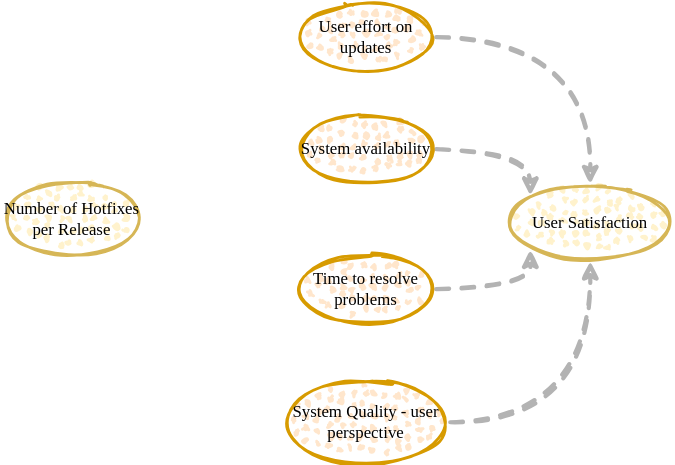
The draw.io diagram src/slides/drawings/cld.exercise.2.drawio.svg in thomykay/devspace-systemsthinking, before a commit. Source tidied: cells renumbered, new cells last; positions are measured from the earlier drawing's top-left corner, leaving out a move shared by most shapes. Its diagram source:
```xml
<mxGraphModel>
  <root>
    <mxCell id="0" />
    <mxCell id="1" parent="0" />
    <mxCell id="2" value="&lt;font color=&quot;#000000&quot;&gt;Number of Hotfixes per Release&lt;/font&gt;" style="ellipse;whiteSpace=wrap;html=1;strokeWidth=2;fillWeight=2;hachureGap=8;fillStyle=dots;sketch=1;fontFamily=Comic Sans MS;fillColor=#fff2cc;strokeColor=#d6b656;" parent="1" vertex="1">
      <mxGeometry y="130" width="100" height="50" as="geometry" />
    </mxCell>
    <mxCell id="3" value="&lt;font color=&quot;#000000&quot;&gt;User Satisfaction&lt;/font&gt;" style="ellipse;whiteSpace=wrap;html=1;strokeWidth=2;fillWeight=2;hachureGap=8;fillStyle=dots;sketch=1;fontFamily=Comic Sans MS;fillColor=#fff2cc;strokeColor=#d6b656;" parent="1" vertex="1">
      <mxGeometry x="360" y="130" width="120" height="55" as="geometry" />
    </mxCell>
    <mxCell id="4" style="edgeStyle=orthogonalEdgeStyle;rounded=0;jettySize=auto;html=1;entryX=0.5;entryY=0;entryDx=0;entryDy=0;strokeColor=#B3B3B3;curved=1;strokeWidth=3;sketch=1;dashed=1;" parent="1" edge="1" source="5" target="3">
      <mxGeometry relative="1" as="geometry" />
    </mxCell>
    <mxCell id="5" value="&lt;font color=&quot;#000000&quot;&gt;User effort on updates&lt;/font&gt;" style="ellipse;whiteSpace=wrap;html=1;strokeWidth=2;fillWeight=2;hachureGap=8;fillStyle=dots;sketch=1;fontFamily=Comic Sans MS;fillColor=#ffe6cc;strokeColor=#d79b00;" parent="1" vertex="1">
      <mxGeometry x="210" width="100" height="50" as="geometry" />
    </mxCell>
    <mxCell id="6" style="edgeStyle=orthogonalEdgeStyle;curved=1;rounded=0;sketch=1;jettySize=auto;html=1;entryX=0;entryY=0;entryDx=0;entryDy=0;dashed=1;strokeColor=#B3B3B3;strokeWidth=3;" parent="1" edge="1" source="7" target="3">
      <mxGeometry relative="1" as="geometry">
        <Array as="points">
          <mxPoint x="377" y="105" />
        </Array>
      </mxGeometry>
    </mxCell>
    <mxCell id="7" value="&lt;font color=&quot;#000000&quot;&gt;System availability&lt;/font&gt;" style="ellipse;whiteSpace=wrap;html=1;strokeWidth=2;fillWeight=2;hachureGap=8;fillStyle=dots;sketch=1;fontFamily=Comic Sans MS;fillColor=#ffe6cc;strokeColor=#d79b00;" parent="1" vertex="1">
      <mxGeometry x="210" y="80" width="100" height="50" as="geometry" />
    </mxCell>
    <mxCell id="8" style="edgeStyle=orthogonalEdgeStyle;curved=1;rounded=0;sketch=1;jettySize=auto;html=1;entryX=0;entryY=1;entryDx=0;entryDy=0;dashed=1;strokeColor=#B3B3B3;strokeWidth=3;" parent="1" edge="1" source="9" target="3">
      <mxGeometry relative="1" as="geometry">
        <Array as="points">
          <mxPoint x="377" y="205" />
        </Array>
      </mxGeometry>
    </mxCell>
    <mxCell id="9" value="&lt;font color=&quot;#000000&quot;&gt;Time to resolve problems&lt;/font&gt;" style="ellipse;whiteSpace=wrap;html=1;strokeWidth=2;fillWeight=2;hachureGap=8;fillStyle=dots;sketch=1;fontFamily=Comic Sans MS;fillColor=#ffe6cc;strokeColor=#d79b00;" parent="1" vertex="1">
      <mxGeometry x="210" y="180" width="100" height="50" as="geometry" />
    </mxCell>
    <mxCell id="10" style="edgeStyle=orthogonalEdgeStyle;curved=1;rounded=0;sketch=1;jettySize=auto;html=1;entryX=0.5;entryY=1;entryDx=0;entryDy=0;dashed=1;strokeColor=#B3B3B3;strokeWidth=3;" parent="1" edge="1" source="11" target="3">
      <mxGeometry relative="1" as="geometry" />
    </mxCell>
    <mxCell id="11" value="&lt;font color=&quot;#000000&quot;&gt;System Quality - user perspective&lt;/font&gt;" style="ellipse;whiteSpace=wrap;html=1;strokeWidth=2;fillWeight=2;hachureGap=8;fillStyle=dots;sketch=1;fontFamily=Comic Sans MS;fillColor=#ffe6cc;strokeColor=#d79b00;" parent="1" vertex="1">
      <mxGeometry x="200" y="270" width="120" height="60" as="geometry" />
    </mxCell>
  </root>
</mxGraphModel>
```
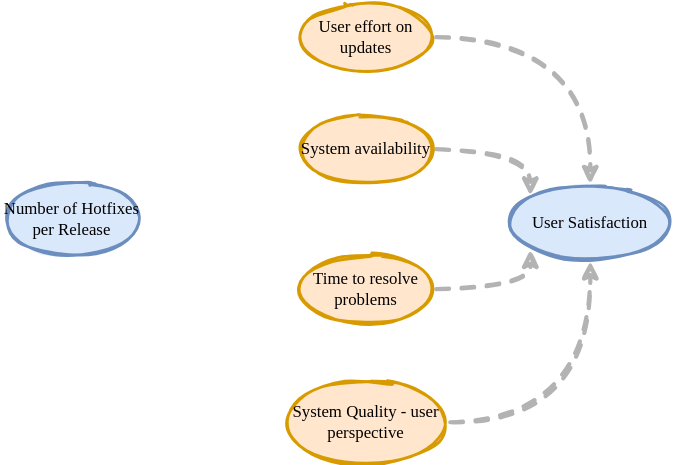
Above is the later version.

Diff of the diagram source:
```diff
@@ -2,16 +2,16 @@
   <root>
     <mxCell id="0" />
     <mxCell id="1" parent="0" />
-    <mxCell id="2" value="&lt;font color=&quot;#000000&quot;&gt;Number of Hotfixes per Release&lt;/font&gt;" style="ellipse;whiteSpace=wrap;html=1;strokeWidth=2;fillWeight=2;hachureGap=8;fillStyle=dots;sketch=1;fontFamily=Comic Sans MS;fillColor=#fff2cc;strokeColor=#d6b656;" parent="1" vertex="1">
+    <mxCell id="2" value="&lt;font color=&quot;#000000&quot;&gt;Number of Hotfixes per Release&lt;/font&gt;" style="ellipse;whiteSpace=wrap;html=1;strokeWidth=2;fillWeight=2;hachureGap=8;fillStyle=solid;sketch=1;fontFamily=Comic Sans MS;fillColor=#dae8fc;strokeColor=#6c8ebf;" parent="1" vertex="1">
       <mxGeometry y="130" width="100" height="50" as="geometry" />
     </mxCell>
-    <mxCell id="3" value="&lt;font color=&quot;#000000&quot;&gt;User Satisfaction&lt;/font&gt;" style="ellipse;whiteSpace=wrap;html=1;strokeWidth=2;fillWeight=2;hachureGap=8;fillStyle=dots;sketch=1;fontFamily=Comic Sans MS;fillColor=#fff2cc;strokeColor=#d6b656;" parent="1" vertex="1">
+    <mxCell id="3" value="&lt;font color=&quot;#000000&quot;&gt;User Satisfaction&lt;/font&gt;" style="ellipse;whiteSpace=wrap;html=1;strokeWidth=2;fillWeight=2;hachureGap=8;fillStyle=solid;sketch=1;fontFamily=Comic Sans MS;fillColor=#dae8fc;strokeColor=#6c8ebf;" parent="1" vertex="1">
       <mxGeometry x="360" y="130" width="120" height="55" as="geometry" />
     </mxCell>
     <mxCell id="4" style="edgeStyle=orthogonalEdgeStyle;rounded=0;jettySize=auto;html=1;entryX=0.5;entryY=0;entryDx=0;entryDy=0;strokeColor=#B3B3B3;curved=1;strokeWidth=3;sketch=1;dashed=1;" parent="1" edge="1" source="5" target="3">
       <mxGeometry relative="1" as="geometry" />
     </mxCell>
-    <mxCell id="5" value="&lt;font color=&quot;#000000&quot;&gt;User effort on updates&lt;/font&gt;" style="ellipse;whiteSpace=wrap;html=1;strokeWidth=2;fillWeight=2;hachureGap=8;fillStyle=dots;sketch=1;fontFamily=Comic Sans MS;fillColor=#ffe6cc;strokeColor=#d79b00;" parent="1" vertex="1">
+    <mxCell id="5" value="&lt;font color=&quot;#000000&quot;&gt;User effort on updates&lt;/font&gt;" style="ellipse;whiteSpace=wrap;html=1;strokeWidth=2;fillWeight=2;hachureGap=8;fillStyle=solid;sketch=1;fontFamily=Comic Sans MS;fillColor=#ffe6cc;strokeColor=#d79b00;" parent="1" vertex="1">
       <mxGeometry x="210" width="100" height="50" as="geometry" />
     </mxCell>
     <mxCell id="6" style="edgeStyle=orthogonalEdgeStyle;curved=1;rounded=0;sketch=1;jettySize=auto;html=1;entryX=0;entryY=0;entryDx=0;entryDy=0;dashed=1;strokeColor=#B3B3B3;strokeWidth=3;" parent="1" edge="1" source="7" target="3">
@@ -21,7 +21,7 @@
         </Array>
       </mxGeometry>
     </mxCell>
-    <mxCell id="7" value="&lt;font color=&quot;#000000&quot;&gt;System availability&lt;/font&gt;" style="ellipse;whiteSpace=wrap;html=1;strokeWidth=2;fillWeight=2;hachureGap=8;fillStyle=dots;sketch=1;fontFamily=Comic Sans MS;fillColor=#ffe6cc;strokeColor=#d79b00;" parent="1" vertex="1">
+    <mxCell id="7" value="&lt;font color=&quot;#000000&quot;&gt;System availability&lt;/font&gt;" style="ellipse;whiteSpace=wrap;html=1;strokeWidth=2;fillWeight=2;hachureGap=8;fillStyle=solid;sketch=1;fontFamily=Comic Sans MS;fillColor=#ffe6cc;strokeColor=#d79b00;" parent="1" vertex="1">
       <mxGeometry x="210" y="80" width="100" height="50" as="geometry" />
     </mxCell>
     <mxCell id="8" style="edgeStyle=orthogonalEdgeStyle;curved=1;rounded=0;sketch=1;jettySize=auto;html=1;entryX=0;entryY=1;entryDx=0;entryDy=0;dashed=1;strokeColor=#B3B3B3;strokeWidth=3;" parent="1" edge="1" source="9" target="3">
@@ -31,13 +31,13 @@
         </Array>
       </mxGeometry>
     </mxCell>
-    <mxCell id="9" value="&lt;font color=&quot;#000000&quot;&gt;Time to resolve problems&lt;/font&gt;" style="ellipse;whiteSpace=wrap;html=1;strokeWidth=2;fillWeight=2;hachureGap=8;fillStyle=dots;sketch=1;fontFamily=Comic Sans MS;fillColor=#ffe6cc;strokeColor=#d79b00;" parent="1" vertex="1">
+    <mxCell id="9" value="&lt;font color=&quot;#000000&quot;&gt;Time to resolve problems&lt;/font&gt;" style="ellipse;whiteSpace=wrap;html=1;strokeWidth=2;fillWeight=2;hachureGap=8;fillStyle=solid;sketch=1;fontFamily=Comic Sans MS;fillColor=#ffe6cc;strokeColor=#d79b00;" parent="1" vertex="1">
       <mxGeometry x="210" y="180" width="100" height="50" as="geometry" />
     </mxCell>
     <mxCell id="10" style="edgeStyle=orthogonalEdgeStyle;curved=1;rounded=0;sketch=1;jettySize=auto;html=1;entryX=0.5;entryY=1;entryDx=0;entryDy=0;dashed=1;strokeColor=#B3B3B3;strokeWidth=3;" parent="1" edge="1" source="11" target="3">
       <mxGeometry relative="1" as="geometry" />
     </mxCell>
-    <mxCell id="11" value="&lt;font color=&quot;#000000&quot;&gt;System Quality - user perspective&lt;/font&gt;" style="ellipse;whiteSpace=wrap;html=1;strokeWidth=2;fillWeight=2;hachureGap=8;fillStyle=dots;sketch=1;fontFamily=Comic Sans MS;fillColor=#ffe6cc;strokeColor=#d79b00;" parent="1" vertex="1">
+    <mxCell id="11" value="&lt;font color=&quot;#000000&quot;&gt;System Quality - user perspective&lt;/font&gt;" style="ellipse;whiteSpace=wrap;html=1;strokeWidth=2;fillWeight=2;hachureGap=8;fillStyle=solid;sketch=1;fontFamily=Comic Sans MS;fillColor=#ffe6cc;strokeColor=#d79b00;" parent="1" vertex="1">
       <mxGeometry x="200" y="270" width="120" height="60" as="geometry" />
     </mxCell>
   </root>
```
